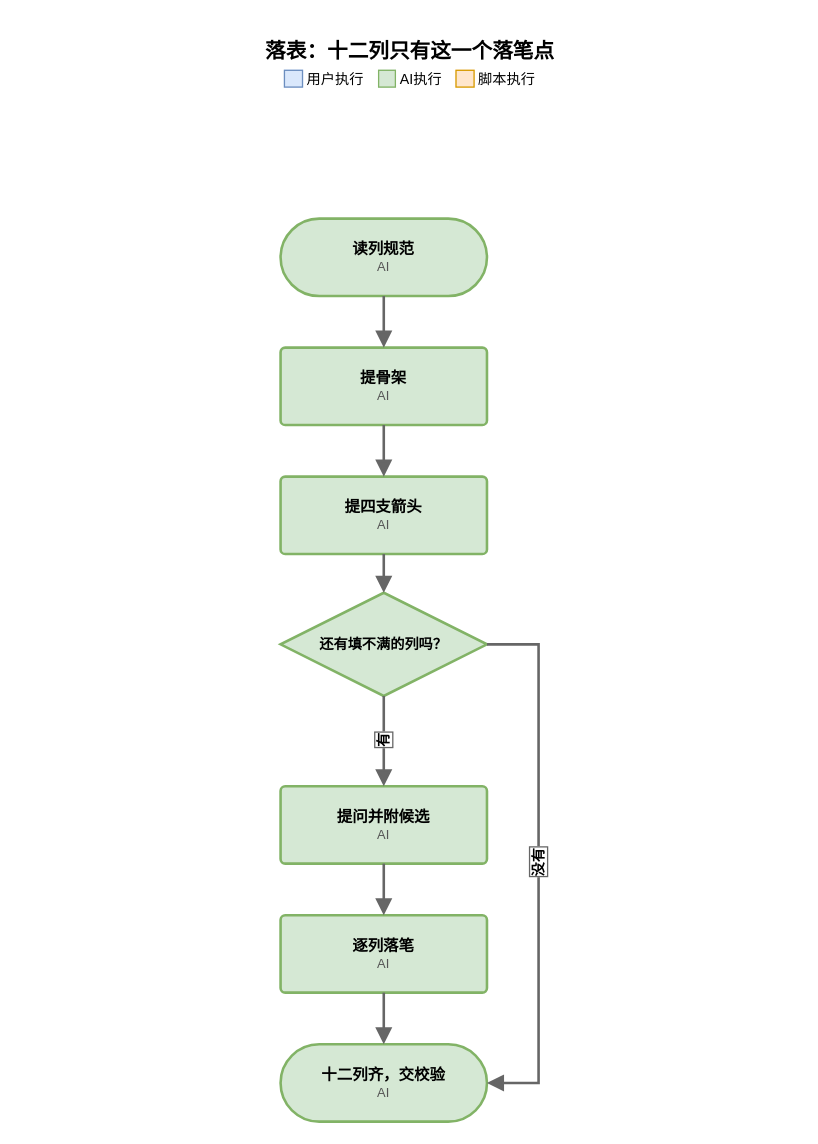
Earlier version of the draw.io diagram page "落表：十二列只有这一个落笔点" (4 of 10) of dev/baseline/workflow/workflow-flow.drawio (Luys521/flowchart-skill). Source tidied: cells renumbered, new cells numbered last; positions are measured from the earlier drawing's top-left corner, leaving out a move shared by most shapes. Both pictures are drawn from the tidied source at 129%, with x=0, y=0 at pixel (22, 22).
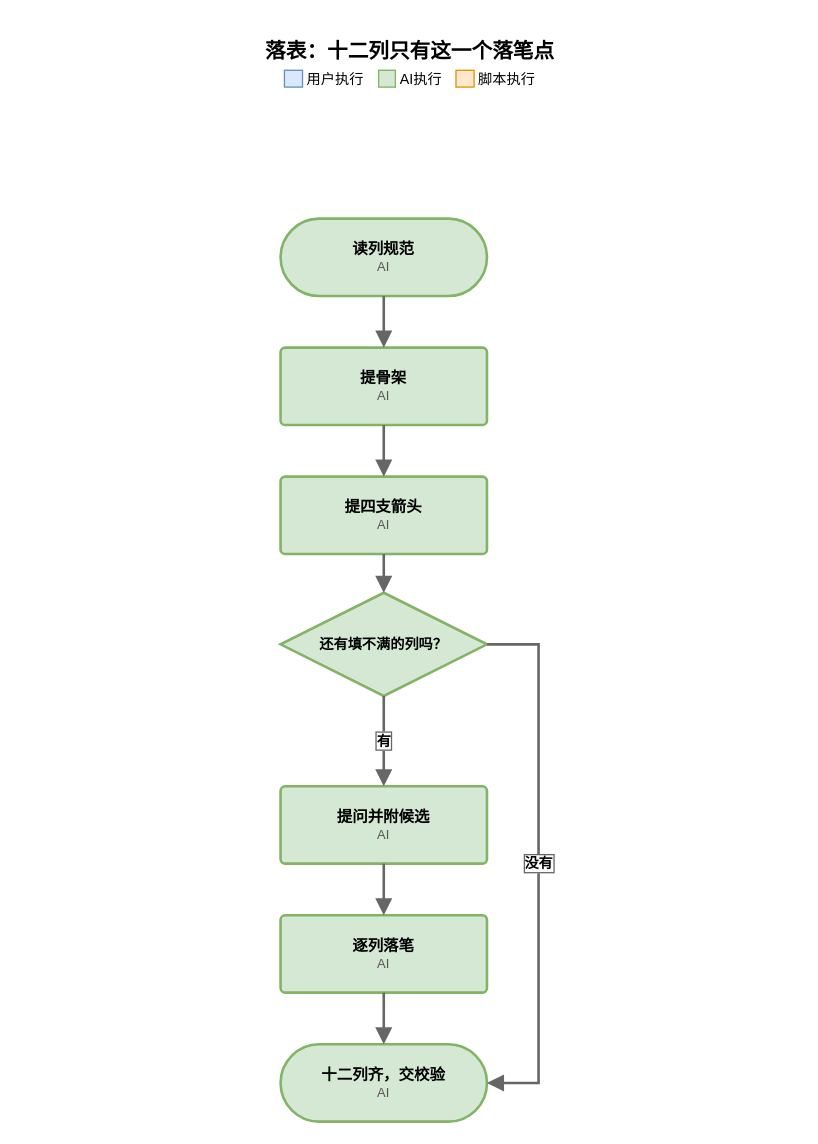
The same page after the edit.

Change to the diagram source:
```diff
@@
 <mxGraphModel>
   <root>
     <mxCell id="0" />
     <mxCell id="1" parent="0" />
     <mxCell id="2" value="落表：十二列只有这一个落笔点&lt;br&gt;&lt;span style=&quot;font-size:11px;font-weight:400&quot;&gt;&lt;span style=&quot;background:#dae8fc;border:1px solid #6c8ebf&quot;&gt;&amp;nbsp;&amp;nbsp;&amp;nbsp;&amp;nbsp;&lt;/span&gt; 用户执行　&lt;span style=&quot;background:#d5e8d4;border:1px solid #82b366&quot;&gt;&amp;nbsp;&amp;nbsp;&amp;nbsp;&amp;nbsp;&lt;/span&gt; AI执行　&lt;span style=&quot;background:#ffe6cc;border:1px solid #d79b00&quot;&gt;&amp;nbsp;&amp;nbsp;&amp;nbsp;&amp;nbsp;&lt;/span&gt; 脚本执行　&lt;/span&gt;" style="text;html=1;align=center;verticalAlign=middle;fontSize=16;fontStyle=1;fontFamily=Microsoft YaHei;" parent="1" vertex="1">
       <mxGeometry width="600" height="64" as="geometry" />
     </mxCell>
     <mxCell id="3" value="&lt;div style=&quot;font-weight:bold;&quot;&gt;读列规范&lt;/div&gt;&lt;div style=&quot;color:#555555;font-size:10px;&quot;&gt;AI&lt;/div&gt;" style="rounded=1;arcSize=50;whiteSpace=wrap;html=1;strokeWidth=2;fontFamily=Microsoft YaHei;verticalAlign=middle;fillColor=#d5e8d4;strokeColor=#82b366;fontSize=12;flowchartSkillNative=1;" parent="1" vertex="1">
       <mxGeometry x="200" y="152" width="160" height="60" as="geometry" />
     </mxCell>
     <mxCell id="4" value="&lt;div style=&quot;font-weight:bold;&quot;&gt;提骨架&lt;/div&gt;&lt;div style=&quot;color:#555555;font-size:10px;&quot;&gt;AI&lt;/div&gt;" style="rounded=1;arcSize=6;whiteSpace=wrap;html=1;strokeWidth=2;fontFamily=Microsoft YaHei;verticalAlign=middle;fillColor=#d5e8d4;strokeColor=#82b366;fontSize=12;flowchartSkillNative=1;" parent="1" vertex="1">
       <mxGeometry x="200" y="252" width="160" height="60" as="geometry" />
     </mxCell>
     <mxCell id="5" value="&lt;div style=&quot;font-weight:bold;&quot;&gt;提四支箭头&lt;/div&gt;&lt;div style=&quot;color:#555555;font-size:10px;&quot;&gt;AI&lt;/div&gt;" style="rounded=1;arcSize=6;whiteSpace=wrap;html=1;strokeWidth=2;fontFamily=Microsoft YaHei;verticalAlign=middle;fillColor=#d5e8d4;strokeColor=#82b366;fontSize=12;flowchartSkillNative=1;" parent="1" vertex="1">
       <mxGeometry x="200" y="352" width="160" height="60" as="geometry" />
     </mxCell>
     <mxCell id="6" value="&lt;div style=&quot;font-weight:bold;&quot;&gt;还有填不满的列吗？&lt;/div&gt;" style="rhombus;whiteSpace=wrap;html=1;strokeWidth=2;fontFamily=Microsoft YaHei;verticalAlign=middle;fillColor=#d5e8d4;strokeColor=#82b366;fontSize=11;flowchartSkillNative=1;" parent="1" vertex="1">
       <mxGeometry x="200" y="442" width="160" height="80" as="geometry" />
     </mxCell>
     <mxCell id="7" value="&lt;div style=&quot;font-weight:bold;&quot;&gt;提问并附候选&lt;/div&gt;&lt;div style=&quot;color:#555555;font-size:10px;&quot;&gt;AI&lt;/div&gt;" style="rounded=1;arcSize=6;whiteSpace=wrap;html=1;strokeWidth=2;fontFamily=Microsoft YaHei;verticalAlign=middle;fillColor=#d5e8d4;strokeColor=#82b366;fontSize=12;flowchartSkillNative=1;" parent="1" vertex="1">
       <mxGeometry x="200" y="592" width="160" height="60" as="geometry" />
     </mxCell>
     <mxCell id="8" value="&lt;div style=&quot;font-weight:bold;&quot;&gt;逐列落笔&lt;/div&gt;&lt;div style=&quot;color:#555555;font-size:10px;&quot;&gt;AI&lt;/div&gt;" style="rounded=1;arcSize=6;whiteSpace=wrap;html=1;strokeWidth=2;fontFamily=Microsoft YaHei;verticalAlign=middle;fillColor=#d5e8d4;strokeColor=#82b366;fontSize=12;flowchartSkillNative=1;" parent="1" vertex="1">
       <mxGeometry x="200" y="692" width="160" height="60" as="geometry" />
     </mxCell>
     <mxCell id="9" value="&lt;div style=&quot;font-weight:bold;&quot;&gt;十二列齐，交校验&lt;/div&gt;&lt;div style=&quot;color:#555555;font-size:10px;&quot;&gt;AI&lt;/div&gt;" style="rounded=1;arcSize=50;whiteSpace=wrap;html=1;strokeWidth=2;fontFamily=Microsoft YaHei;verticalAlign=middle;fillColor=#d5e8d4;strokeColor=#82b366;fontSize=12;flowchartSkillNative=1;" parent="1" vertex="1">
       <mxGeometry x="200" y="792" width="160" height="60" as="geometry" />
     </mxCell>
     <mxCell id="10" style="edgeStyle=orthogonalEdgeStyle;rounded=0;jettySize=auto;html=1;exitX=0.5;exitY=1.0;entryX=0.5;entryY=0.0;endArrow=block;endFill=1;endSize=8;strokeWidth=2;strokeColor=#666666;fontSize=11;fontStyle=1;fontFamily=Microsoft YaHei;labelBackgroundColor=#ffffff;labelBorderColor=#666666;" parent="1" edge="1" source="3" target="4">
       <mxGeometry relative="1" as="geometry" />
     </mxCell>
     <mxCell id="11" style="edgeStyle=orthogonalEdgeStyle;rounded=0;jettySize=auto;html=1;exitX=0.5;exitY=1.0;entryX=0.5;entryY=0.0;endArrow=block;endFill=1;endSize=8;strokeWidth=2;strokeColor=#666666;fontSize=11;fontStyle=1;fontFamily=Microsoft YaHei;labelBackgroundColor=#ffffff;labelBorderColor=#666666;" parent="1" edge="1" source="4" target="5">
       <mxGeometry relative="1" as="geometry" />
     </mxCell>
     <mxCell id="12" style="edgeStyle=orthogonalEdgeStyle;rounded=0;jettySize=auto;html=1;exitX=0.5;exitY=1.0;entryX=0.5;entryY=0.0;endArrow=block;endFill=1;endSize=8;strokeWidth=2;strokeColor=#666666;fontSize=11;fontStyle=1;fontFamily=Microsoft YaHei;labelBackgroundColor=#ffffff;labelBorderColor=#666666;" parent="1" edge="1" source="5" target="6">
       <mxGeometry relative="1" as="geometry" />
     </mxCell>
-    <mxCell id="13" value="有" style="edgeStyle=orthogonalEdgeStyle;rounded=0;jettySize=auto;html=1;exitX=0.5;exitY=1.0;entryX=0.5;entryY=0.0;endArrow=block;endFill=1;endSize=8;strokeWidth=2;strokeColor=#666666;fontSize=11;fontStyle=1;fontFamily=Microsoft YaHei;labelBackgroundColor=#ffffff;labelBorderColor=#666666;horizontal=0;" parent="1" edge="1" source="6" target="7">
+    <mxCell id="13" value="有" style="edgeStyle=orthogonalEdgeStyle;rounded=0;jettySize=auto;html=1;exitX=0.5;exitY=1.0;entryX=0.5;entryY=0.0;endArrow=block;endFill=1;endSize=8;strokeWidth=2;strokeColor=#666666;fontSize=11;fontStyle=1;fontFamily=Microsoft YaHei;labelBackgroundColor=#ffffff;labelBorderColor=#666666;" parent="1" edge="1" source="6" target="7">
       <mxGeometry relative="1" as="geometry" />
     </mxCell>
-    <mxCell id="14" value="没有" style="edgeStyle=orthogonalEdgeStyle;rounded=0;jettySize=auto;html=1;exitX=1.0;exitY=0.5;entryX=1.0;entryY=0.5;endArrow=block;endFill=1;endSize=8;strokeWidth=2;strokeColor=#666666;fontSize=11;fontStyle=1;fontFamily=Microsoft YaHei;labelBackgroundColor=#ffffff;labelBorderColor=#666666;horizontal=0;" parent="1" edge="1" source="6" target="9">
+    <mxCell id="14" value="没有" style="edgeStyle=orthogonalEdgeStyle;rounded=0;jettySize=auto;html=1;exitX=1.0;exitY=0.5;entryX=1.0;entryY=0.5;endArrow=block;endFill=1;endSize=8;strokeWidth=2;strokeColor=#666666;fontSize=11;fontStyle=1;fontFamily=Microsoft YaHei;labelBackgroundColor=#ffffff;labelBorderColor=#666666;" parent="1" edge="1" source="6" target="9">
       <mxGeometry relative="1" as="geometry">
         <Array as="points">
           <mxPoint x="400" y="482" />
           <mxPoint x="400" y="822" />
         </Array>
       </mxGeometry>
     </mxCell>
     <mxCell id="15" style="edgeStyle=orthogonalEdgeStyle;rounded=0;jettySize=auto;html=1;exitX=0.5;exitY=1.0;entryX=0.5;entryY=0.0;endArrow=block;endFill=1;endSize=8;strokeWidth=2;strokeColor=#666666;fontSize=11;fontStyle=1;fontFamily=Microsoft YaHei;labelBackgroundColor=#ffffff;labelBorderColor=#666666;" parent="1" edge="1" source="7" target="8">
       <mxGeometry relative="1" as="geometry" />
     </mxCell>
     <mxCell id="16" style="edgeStyle=orthogonalEdgeStyle;rounded=0;jettySize=auto;html=1;exitX=0.5;exitY=1.0;entryX=0.5;entryY=0.0;endArrow=block;endFill=1;endSize=8;strokeWidth=2;strokeColor=#666666;fontSize=11;fontStyle=1;fontFamily=Microsoft YaHei;labelBackgroundColor=#ffffff;labelBorderColor=#666666;" parent="1" edge="1" source="8" target="9">
       <mxGeometry relative="1" as="geometry" />
     </mxCell>
   </root>
 </mxGraphModel>
```
